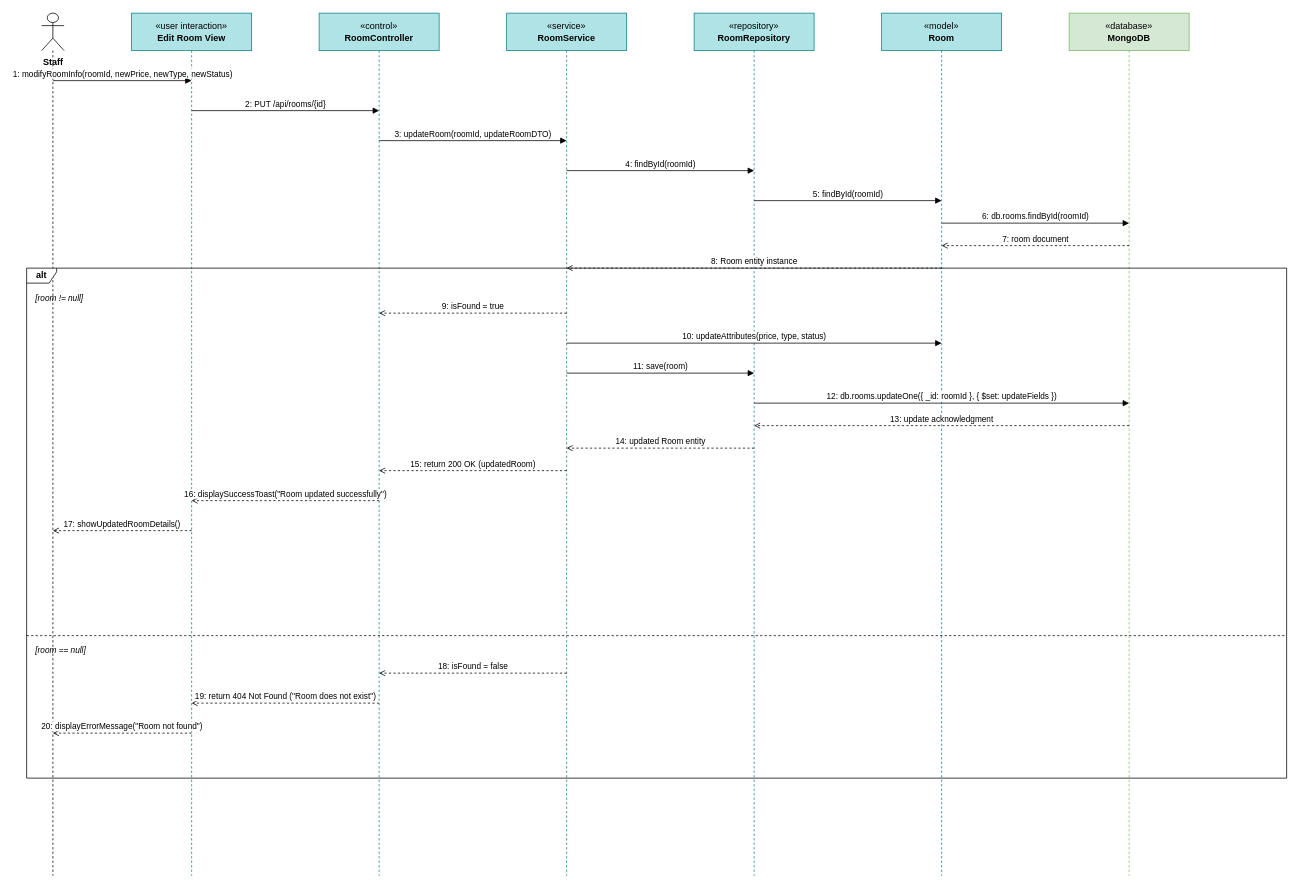
Above: docs/diagrams/UC-M04_2_Update_Room_SequenceDiagram.drawio in WanFJava/MotalManagementSystems (draw.io), before the change. Source tidied: cells renumbered, new cells numbered last; positions are measured from the earlier drawing's top-left corner, leaving out a move shared by most shapes. Both pictures are drawn from the tidied source at 75%, with x=0, y=0 at pixel (26, 13).
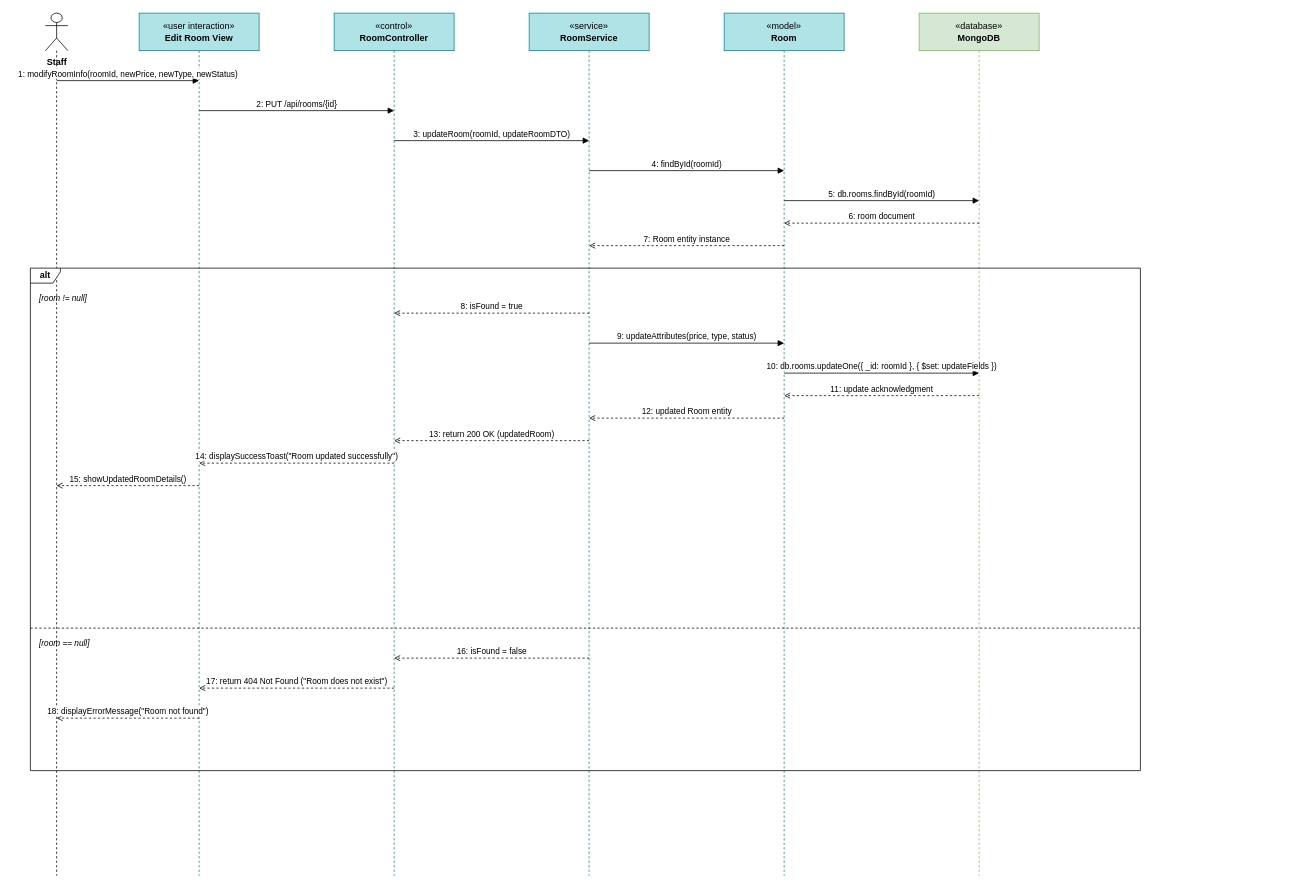
After the change.

What changed in the source:
```diff
@@
     <mxCell id="2" value="Staff" style="shape=umlLifeline;participant=umlActor;perimeter=lifelinePerimeter;whiteSpace=nowrap;html=1;verticalAlign=top;spacingTop=52;size=50;fontStyle=1;" parent="1" vertex="1">
-      <mxGeometry x="20" width="30" height="1150" as="geometry" />
+      <mxGeometry x="25" width="30" height="1150" as="geometry" />
     </mxCell>
     <mxCell id="3" value="&amp;laquo;user interaction&amp;raquo;&lt;br&gt;&lt;b&gt;Edit Room View&lt;/b&gt;" style="shape=umlLifeline;perimeter=lifelinePerimeter;whiteSpace=wrap;html=1;size=50;fillColor=#b0e3e6;strokeColor=#0e8088;" parent="1" vertex="1">
-      <mxGeometry x="140" width="160" height="1150" as="geometry" />
+      <mxGeometry x="150" width="160" height="1150" as="geometry" />
     </mxCell>
     <mxCell id="4" value="&amp;laquo;control&amp;raquo;&lt;br&gt;&lt;b&gt;RoomController&lt;/b&gt;" style="shape=umlLifeline;perimeter=lifelinePerimeter;whiteSpace=wrap;html=1;size=50;fillColor=#b0e3e6;strokeColor=#0e8088;" parent="1" vertex="1">
-      <mxGeometry x="390" width="160" height="1150" as="geometry" />
+      <mxGeometry x="410" width="160" height="1150" as="geometry" />
     </mxCell>
     <mxCell id="5" value="&amp;laquo;service&amp;raquo;&lt;br&gt;&lt;b&gt;RoomService&lt;/b&gt;" style="shape=umlLifeline;perimeter=lifelinePerimeter;whiteSpace=wrap;html=1;size=50;fillColor=#b0e3e6;strokeColor=#0e8088;" parent="1" vertex="1">
-      <mxGeometry x="640" width="160" height="1150" as="geometry" />
+      <mxGeometry x="670" width="160" height="1150" as="geometry" />
     </mxCell>
-    <mxCell id="6" value="&amp;laquo;repository&amp;raquo;&lt;br&gt;&lt;b&gt;RoomRepository&lt;/b&gt;" style="shape=umlLifeline;perimeter=lifelinePerimeter;whiteSpace=wrap;html=1;size=50;fillColor=#b0e3e6;strokeColor=#0e8088;" parent="1" vertex="1">
-      <mxGeometry x="890" width="160" height="1150" as="geometry" />
+    <mxCell id="6" value="&amp;laquo;model&amp;raquo;&lt;br&gt;&lt;b&gt;Room&lt;/b&gt;" style="shape=umlLifeline;perimeter=lifelinePerimeter;whiteSpace=wrap;html=1;size=50;fillColor=#b0e3e6;strokeColor=#0e8088;" parent="1" vertex="1">
+      <mxGeometry x="930" width="160" height="1150" as="geometry" />
     </mxCell>
-    <mxCell id="7" value="&amp;laquo;model&amp;raquo;&lt;br&gt;&lt;b&gt;Room&lt;/b&gt;" style="shape=umlLifeline;perimeter=lifelinePerimeter;whiteSpace=wrap;html=1;size=50;fillColor=#b0e3e6;strokeColor=#0e8088;" parent="1" vertex="1">
-      <mxGeometry x="1140" width="160" height="1150" as="geometry" />
+    <mxCell id="7" value="&amp;laquo;database&amp;raquo;&lt;br&gt;&lt;b&gt;MongoDB&lt;/b&gt;" style="shape=umlLifeline;perimeter=lifelinePerimeter;whiteSpace=wrap;html=1;size=50;fillColor=#d5e8d4;strokeColor=#82b366;" parent="1" vertex="1">
+      <mxGeometry x="1190" width="160" height="1150" as="geometry" />
     </mxCell>
-    <mxCell id="8" value="&amp;laquo;database&amp;raquo;&lt;br&gt;&lt;b&gt;MongoDB&lt;/b&gt;" style="shape=umlLifeline;perimeter=lifelinePerimeter;whiteSpace=wrap;html=1;size=50;fillColor=#d5e8d4;strokeColor=#82b366;" parent="1" vertex="1">
-      <mxGeometry x="1390" width="160" height="1150" as="geometry" />
-    </mxCell>
     <mxCell id="9" value="1: modifyRoomInfo(roomId, newPrice, newType, newStatus)" style="endArrow=block;endFill=1;html=1;rounded=0;exitX=0.5;exitY=0;entryX=0.5;entryY=0;fontSize=11;verticalAlign=bottom;" parent="1" edge="1">
       <mxGeometry relative="1" as="geometry">
-        <mxPoint x="35" y="90" as="sourcePoint" />
-        <mxPoint x="220" y="90" as="targetPoint" />
+        <mxPoint x="40" y="90" as="sourcePoint" />
+        <mxPoint x="230" y="90" as="targetPoint" />
       </mxGeometry>
     </mxCell>
     <mxCell id="10" value="2: PUT /api/rooms/{id}" style="endArrow=block;endFill=1;html=1;rounded=0;exitX=0.5;exitY=0;entryX=0.5;entryY=0;fontSize=11;verticalAlign=bottom;" parent="1" edge="1">
       <mxGeometry relative="1" as="geometry">
-        <mxPoint x="220" y="130" as="sourcePoint" />
-        <mxPoint x="470" y="130" as="targetPoint" />
+        <mxPoint x="230" y="130" as="sourcePoint" />
+        <mxPoint x="490" y="130" as="targetPoint" />
       </mxGeometry>
     </mxCell>
     <mxCell id="11" value="3: updateRoom(roomId, updateRoomDTO)" style="endArrow=block;endFill=1;html=1;rounded=0;exitX=0.5;exitY=0;entryX=0.5;entryY=0;fontSize=11;verticalAlign=bottom;" parent="1" edge="1">
       <mxGeometry relative="1" as="geometry">
-        <mxPoint x="470" y="170" as="sourcePoint" />
-        <mxPoint x="720" y="170" as="targetPoint" />
+        <mxPoint x="490" y="170" as="sourcePoint" />
+        <mxPoint x="750" y="170" as="targetPoint" />
       </mxGeometry>
     </mxCell>
     <mxCell id="12" value="4: findById(roomId)" style="endArrow=block;endFill=1;html=1;rounded=0;exitX=0.5;exitY=0;entryX=0.5;entryY=0;fontSize=11;verticalAlign=bottom;" parent="1" edge="1">
       <mxGeometry relative="1" as="geometry">
-        <mxPoint x="720" y="210" as="sourcePoint" />
-        <mxPoint x="970" y="210" as="targetPoint" />
+        <mxPoint x="750" y="210" as="sourcePoint" />
+        <mxPoint x="1010" y="210" as="targetPoint" />
       </mxGeometry>
     </mxCell>
-    <mxCell id="13" value="5: findById(roomId)" style="endArrow=block;endFill=1;html=1;rounded=0;exitX=0.5;exitY=0;entryX=0.5;entryY=0;fontSize=11;verticalAlign=bottom;" parent="1" edge="1">
+    <mxCell id="13" value="5: db.rooms.findById(roomId)" style="endArrow=block;endFill=1;html=1;rounded=0;exitX=0.5;exitY=0;entryX=0.5;entryY=0;fontSize=11;verticalAlign=bottom;" parent="1" edge="1">
       <mxGeometry relative="1" as="geometry">
-        <mxPoint x="970" y="250" as="sourcePoint" />
-        <mxPoint x="1220" y="250" as="targetPoint" />
+        <mxPoint x="1010" y="250" as="sourcePoint" />
+        <mxPoint x="1270" y="250" as="targetPoint" />
       </mxGeometry>
     </mxCell>
-    <mxCell id="14" value="6: db.rooms.findById(roomId)" style="endArrow=block;endFill=1;html=1;rounded=0;exitX=0.5;exitY=0;entryX=0.5;entryY=0;fontSize=11;verticalAlign=bottom;" parent="1" edge="1">
+    <mxCell id="14" value="6: room document" style="endArrow=open;dashed=1;endFill=0;html=1;rounded=0;exitX=0.5;exitY=0;entryX=0.5;entryY=0;fontSize=11;verticalAlign=bottom;" parent="1" edge="1">
       <mxGeometry relative="1" as="geometry">
-        <mxPoint x="1220" y="280" as="sourcePoint" />
-        <mxPoint x="1470" y="280" as="targetPoint" />
+        <mxPoint x="1270" y="280" as="sourcePoint" />
+        <mxPoint x="1010" y="280" as="targetPoint" />
       </mxGeometry>
     </mxCell>
-    <mxCell id="15" value="7: room document" style="endArrow=open;dashed=1;endFill=0;html=1;rounded=0;exitX=0.5;exitY=0;entryX=0.5;entryY=0;fontSize=11;verticalAlign=bottom;" parent="1" edge="1">
+    <mxCell id="15" value="7: Room entity instance" style="endArrow=open;dashed=1;endFill=0;html=1;rounded=0;exitX=0.5;exitY=0;entryX=0.5;entryY=0;fontSize=11;verticalAlign=bottom;" parent="1" edge="1">
       <mxGeometry relative="1" as="geometry">
-        <mxPoint x="1470" y="310" as="sourcePoint" />
-        <mxPoint x="1220" y="310" as="targetPoint" />
+        <mxPoint x="1010" y="310" as="sourcePoint" />
+        <mxPoint x="750" y="310" as="targetPoint" />
       </mxGeometry>
     </mxCell>
-    <mxCell id="16" value="8: Room entity instance" style="endArrow=open;dashed=1;endFill=0;html=1;rounded=0;exitX=0.5;exitY=0;entryX=0.5;entryY=0;fontSize=11;verticalAlign=bottom;" parent="1" edge="1">
+    <mxCell id="16" value="8: isFound = true" style="endArrow=open;dashed=1;endFill=0;html=1;rounded=0;exitX=0.5;exitY=0;entryX=0.5;entryY=0;fontSize=11;verticalAlign=bottom;" parent="1" edge="1">
       <mxGeometry relative="1" as="geometry">
-        <mxPoint x="1220" y="340" as="sourcePoint" />
-        <mxPoint x="720" y="340" as="targetPoint" />
+        <mxPoint x="750" y="400" as="sourcePoint" />
+        <mxPoint x="490" y="400" as="targetPoint" />
       </mxGeometry>
     </mxCell>
-    <mxCell id="17" value="9: isFound = true" style="endArrow=open;dashed=1;endFill=0;html=1;rounded=0;exitX=0.5;exitY=0;entryX=0.5;entryY=0;fontSize=11;verticalAlign=bottom;" parent="1" edge="1">
+    <mxCell id="17" value="9: updateAttributes(price, type, status)" style="endArrow=block;endFill=1;html=1;rounded=0;exitX=0.5;exitY=0;entryX=0.5;entryY=0;fontSize=11;verticalAlign=bottom;" parent="1" edge="1">
       <mxGeometry relative="1" as="geometry">
-        <mxPoint x="720" y="400" as="sourcePoint" />
-        <mxPoint x="470" y="400" as="targetPoint" />
+        <mxPoint x="750" y="440" as="sourcePoint" />
+        <mxPoint x="1010" y="440" as="targetPoint" />
       </mxGeometry>
     </mxCell>
-    <mxCell id="18" value="10: updateAttributes(price, type, status)" style="endArrow=block;endFill=1;html=1;rounded=0;exitX=0.5;exitY=0;entryX=0.5;entryY=0;fontSize=11;verticalAlign=bottom;" parent="1" edge="1">
+    <mxCell id="18" value="10: db.rooms.updateOne({ _id: roomId }, { $set: updateFields })" style="endArrow=block;endFill=1;html=1;rounded=0;exitX=0.5;exitY=0;entryX=0.5;entryY=0;fontSize=11;verticalAlign=bottom;" parent="1" edge="1">
       <mxGeometry relative="1" as="geometry">
-        <mxPoint x="720" y="440" as="sourcePoint" />
-        <mxPoint x="1220" y="440" as="targetPoint" />
+        <mxPoint x="1010" y="480" as="sourcePoint" />
+        <mxPoint x="1270" y="480" as="targetPoint" />
       </mxGeometry>
     </mxCell>
-    <mxCell id="19" value="11: save(room)" style="endArrow=block;endFill=1;html=1;rounded=0;exitX=0.5;exitY=0;entryX=0.5;entryY=0;fontSize=11;verticalAlign=bottom;" parent="1" edge="1">
+    <mxCell id="19" value="11: update acknowledgment" style="endArrow=open;dashed=1;endFill=0;html=1;rounded=0;exitX=0.5;exitY=0;entryX=0.5;entryY=0;fontSize=11;verticalAlign=bottom;" parent="1" edge="1">
       <mxGeometry relative="1" as="geometry">
-        <mxPoint x="720" y="480" as="sourcePoint" />
-        <mxPoint x="970" y="480" as="targetPoint" />
+        <mxPoint x="1270" y="510" as="sourcePoint" />
+        <mxPoint x="1010" y="510" as="targetPoint" />
       </mxGeometry>
     </mxCell>
-    <mxCell id="20" value="12: db.rooms.updateOne({ _id: roomId }, { $set: updateFields })" style="endArrow=block;endFill=1;html=1;rounded=0;exitX=0.5;exitY=0;entryX=0.5;entryY=0;fontSize=11;verticalAlign=bottom;" parent="1" edge="1">
+    <mxCell id="20" value="12: updated Room entity" style="endArrow=open;dashed=1;endFill=0;html=1;rounded=0;exitX=0.5;exitY=0;entryX=0.5;entryY=0;fontSize=11;verticalAlign=bottom;" parent="1" edge="1">
       <mxGeometry relative="1" as="geometry">
-        <mxPoint x="970" y="520" as="sourcePoint" />
-        <mxPoint x="1470" y="520" as="targetPoint" />
+        <mxPoint x="1010" y="540" as="sourcePoint" />
+        <mxPoint x="750" y="540" as="targetPoint" />
       </mxGeometry>
     </mxCell>
-    <mxCell id="21" value="13: update acknowledgment" style="endArrow=open;dashed=1;endFill=0;html=1;rounded=0;exitX=0.5;exitY=0;entryX=0.5;entryY=0;fontSize=11;verticalAlign=bottom;" parent="1" edge="1">
+    <mxCell id="21" value="13: return 200 OK (updatedRoom)" style="endArrow=open;dashed=1;endFill=0;html=1;rounded=0;exitX=0.5;exitY=0;entryX=0.5;entryY=0;fontSize=11;verticalAlign=bottom;" parent="1" edge="1">
       <mxGeometry relative="1" as="geometry">
-        <mxPoint x="1470" y="550" as="sourcePoint" />
-        <mxPoint x="970" y="550" as="targetPoint" />
+        <mxPoint x="750" y="570" as="sourcePoint" />
+        <mxPoint x="490" y="570" as="targetPoint" />
       </mxGeometry>
     </mxCell>
-    <mxCell id="22" value="14: updated Room entity" style="endArrow=open;dashed=1;endFill=0;html=1;rounded=0;exitX=0.5;exitY=0;entryX=0.5;entryY=0;fontSize=11;verticalAlign=bottom;" parent="1" edge="1">
+    <mxCell id="22" value="14: displaySuccessToast(&quot;Room updated successfully&quot;)" style="endArrow=open;dashed=1;endFill=0;html=1;rounded=0;exitX=0.5;exitY=0;entryX=0.5;entryY=0;fontSize=11;verticalAlign=bottom;" parent="1" edge="1">
       <mxGeometry relative="1" as="geometry">
-        <mxPoint x="970" y="580" as="sourcePoint" />
-        <mxPoint x="720" y="580" as="targetPoint" />
+        <mxPoint x="490" y="600" as="sourcePoint" />
+        <mxPoint x="230" y="600" as="targetPoint" />
       </mxGeometry>
     </mxCell>
-    <mxCell id="23" value="15: return 200 OK (updatedRoom)" style="endArrow=open;dashed=1;endFill=0;html=1;rounded=0;exitX=0.5;exitY=0;entryX=0.5;entryY=0;fontSize=11;verticalAlign=bottom;" parent="1" edge="1">
+    <mxCell id="23" value="15: showUpdatedRoomDetails()" style="endArrow=open;dashed=1;endFill=0;html=1;rounded=0;exitX=0.5;exitY=0;entryX=0.5;entryY=0;fontSize=11;verticalAlign=bottom;" parent="1" edge="1">
       <mxGeometry relative="1" as="geometry">
-        <mxPoint x="720" y="610" as="sourcePoint" />
-        <mxPoint x="470" y="610" as="targetPoint" />
+        <mxPoint x="230" y="630" as="sourcePoint" />
+        <mxPoint x="40" y="630" as="targetPoint" />
       </mxGeometry>
     </mxCell>
-    <mxCell id="24" value="16: displaySuccessToast(&quot;Room updated successfully&quot;)" style="endArrow=open;dashed=1;endFill=0;html=1;rounded=0;exitX=0.5;exitY=0;entryX=0.5;entryY=0;fontSize=11;verticalAlign=bottom;" parent="1" edge="1">
+    <mxCell id="24" value="16: isFound = false" style="endArrow=open;dashed=1;endFill=0;html=1;rounded=0;exitX=0.5;exitY=0;entryX=0.5;entryY=0;fontSize=11;verticalAlign=bottom;" parent="1" edge="1">
       <mxGeometry relative="1" as="geometry">
-        <mxPoint x="470" y="650" as="sourcePoint" />
-        <mxPoint x="220" y="650" as="targetPoint" />
+        <mxPoint x="750" y="860" as="sourcePoint" />
+        <mxPoint x="490" y="860" as="targetPoint" />
       </mxGeometry>
     </mxCell>
-    <mxCell id="25" value="17: showUpdatedRoomDetails()" style="endArrow=open;dashed=1;endFill=0;html=1;rounded=0;exitX=0.5;exitY=0;entryX=0.5;entryY=0;fontSize=11;verticalAlign=bottom;" parent="1" edge="1">
+    <mxCell id="25" value="17: return 404 Not Found (&quot;Room does not exist&quot;)" style="endArrow=open;dashed=1;endFill=0;html=1;rounded=0;exitX=0.5;exitY=0;entryX=0.5;entryY=0;fontSize=11;verticalAlign=bottom;" parent="1" edge="1">
       <mxGeometry relative="1" as="geometry">
-        <mxPoint x="220" y="690" as="sourcePoint" />
-        <mxPoint x="35" y="690" as="targetPoint" />
+        <mxPoint x="490" y="900" as="sourcePoint" />
+        <mxPoint x="230" y="900" as="targetPoint" />
       </mxGeometry>
     </mxCell>
-    <mxCell id="26" value="18: isFound = false" style="endArrow=open;dashed=1;endFill=0;html=1;rounded=0;exitX=0.5;exitY=0;entryX=0.5;entryY=0;fontSize=11;verticalAlign=bottom;" parent="1" edge="1">
+    <mxCell id="26" value="18: displayErrorMessage(&quot;Room not found&quot;)" style="endArrow=open;dashed=1;endFill=0;html=1;rounded=0;exitX=0.5;exitY=0;entryX=0.5;entryY=0;fontSize=11;verticalAlign=bottom;" parent="1" edge="1">
       <mxGeometry relative="1" as="geometry">
-        <mxPoint x="720" y="880" as="sourcePoint" />
-        <mxPoint x="470" y="880" as="targetPoint" />
+        <mxPoint x="230" y="940" as="sourcePoint" />
+        <mxPoint x="40" y="940" as="targetPoint" />
       </mxGeometry>
     </mxCell>
-    <mxCell id="27" value="19: return 404 Not Found (&quot;Room does not exist&quot;)" style="endArrow=open;dashed=1;endFill=0;html=1;rounded=0;exitX=0.5;exitY=0;entryX=0.5;entryY=0;fontSize=11;verticalAlign=bottom;" parent="1" edge="1">
-      <mxGeometry relative="1" as="geometry">
-        <mxPoint x="470" y="920" as="sourcePoint" />
-        <mxPoint x="220" y="920" as="targetPoint" />
-      </mxGeometry>
-    </mxCell>
-    <mxCell id="28" value="20: displayErrorMessage(&quot;Room not found&quot;)" style="endArrow=open;dashed=1;endFill=0;html=1;rounded=0;exitX=0.5;exitY=0;entryX=0.5;entryY=0;fontSize=11;verticalAlign=bottom;" parent="1" edge="1">
-      <mxGeometry relative="1" as="geometry">
-        <mxPoint x="220" y="960" as="sourcePoint" />
-        <mxPoint x="35" y="960" as="targetPoint" />
-      </mxGeometry>
-    </mxCell>
     <mxCell id="29" value="alt" style="shape=umlFrame;whiteSpace=wrap;html=1;width=40;height=20;fontSize=12;fontStyle=1;" parent="1" vertex="1">
-      <mxGeometry y="340" width="1680" height="680" as="geometry" />
+      <mxGeometry x="5" y="340" width="1480" height="670" as="geometry" />
     </mxCell>
     <mxCell id="30" value="[room != null]" style="text;html=1;strokeColor=none;fillColor=none;align=left;verticalAlign=middle;whiteSpace=wrap;rounded=0;fontSize=11;fontStyle=2;" parent="1" vertex="1">
-      <mxGeometry x="10" y="370" width="220" height="20" as="geometry" />
+      <mxGeometry x="15" y="370" width="240" height="20" as="geometry" />
     </mxCell>
     <mxCell id="31" style="endArrow=none;dashed=1;html=1;rounded=0;" parent="1" edge="1">
       <mxGeometry relative="1" as="geometry">
-        <mxPoint y="830" as="sourcePoint" />
-        <mxPoint x="1680" y="830" as="targetPoint" />
+        <mxPoint x="5" y="820" as="sourcePoint" />
+        <mxPoint x="1485" y="820" as="targetPoint" />
       </mxGeometry>
     </mxCell>
     <mxCell id="32" value="[room == null]" style="text;html=1;strokeColor=none;fillColor=none;align=left;verticalAlign=middle;whiteSpace=wrap;rounded=0;fontSize=11;fontStyle=2;" parent="1" vertex="1">
-      <mxGeometry x="10" y="840" width="220" height="20" as="geometry" />
+      <mxGeometry x="15" y="830" width="240" height="20" as="geometry" />
     </mxCell>
```
